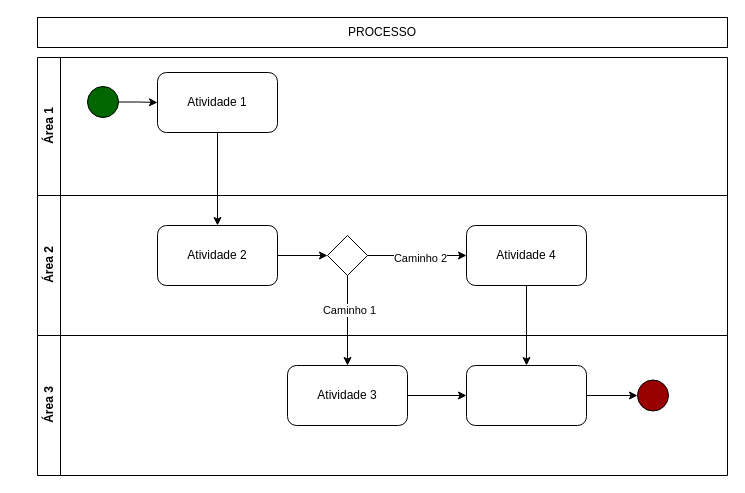
Karennc0/XMOBOTS keeps this draw.io diagram as template.drawio. Above is the earlier version. Source tidied: cells renumbered, new cells numbered last; positions are measured from the earlier drawing's top-left corner, leaving out a move shared by most shapes. Both pictures are drawn from the tidied source at 100%, with x=0, y=0 at pixel (37, 17). Pictures stored in the file or linked from it are replaced by grey dashed boxes.
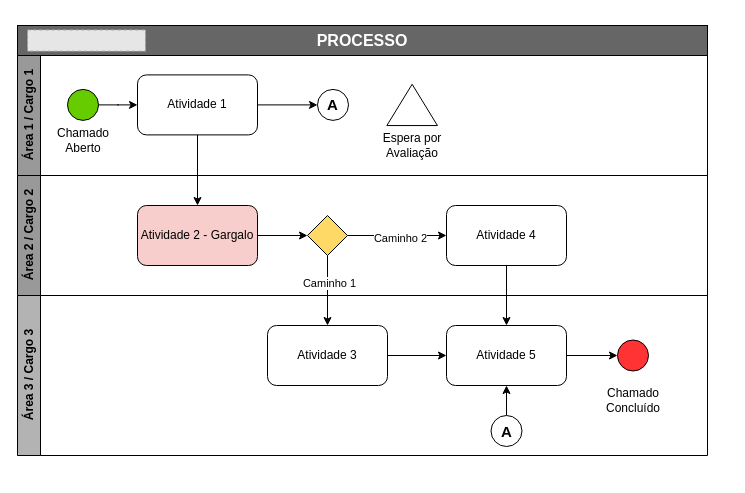
After the change.

Diff of the diagram source:
```diff
@@
+    <mxCell id="6" value="&lt;b style=&quot;font-size: 16px;&quot;&gt;PROCESSO&lt;/b&gt;" style="rounded=0;whiteSpace=wrap;html=1;fillColor=#666666;strokeColor=#000000;fontColor=#FFFFFF;fontSize=16;align=center;spacingLeft=0;verticalAlign=middle;" parent="1" vertex="1">
+      <mxGeometry x="-20" y="8" width="690" height="30" as="geometry" />
+    </mxCell>
-    <mxCell id="2" value="Área 1" style="swimlane;horizontal=0;whiteSpace=wrap;html=1;" parent="1" vertex="1">
-      <mxGeometry y="40" width="690" height="138" as="geometry" />
+    <mxCell id="2" value="Área 1 / Cargo 1" style="swimlane;horizontal=0;whiteSpace=wrap;html=1;strokeColor=#000000;startSize=23;fillColor=#999999;" parent="1" vertex="1">
+      <mxGeometry x="-20" y="38" width="690" height="120" as="geometry" />
     </mxCell>
@@
-    <mxCell id="4" style="ellipse;whiteSpace=wrap;html=1;fillColor=#006600;" parent="2" vertex="1">
-      <mxGeometry x="50" y="29" width="31" height="31" as="geometry" />
+    <mxCell id="4" style="ellipse;whiteSpace=wrap;html=1;fillColor=#66CC00;" parent="2" vertex="1">
+      <mxGeometry x="50" y="33.9" width="31" height="31" as="geometry" />
     </mxCell>
+    <mxCell id="24" value="A" style="ellipse;whiteSpace=wrap;html=1;fontStyle=1;fontSize=15;align=center;verticalAlign=middle;" parent="2" vertex="1">
+      <mxGeometry x="300" y="33.9" width="31" height="31" as="geometry" />
+    </mxCell>
+    <mxCell id="25" style="triangle;whiteSpace=wrap;html=1;rotation=-90;fillColor=#FFFFFF;" parent="2" vertex="1">
+      <mxGeometry x="374" y="24.1" width="41.3" height="50.6" as="geometry" />
+    </mxCell>
+    <mxCell id="26" value="Espera por Avaliação" style="text;html=1;strokeColor=none;fillColor=none;align=center;verticalAlign=middle;whiteSpace=wrap;rounded=0;" parent="2" vertex="1">
+      <mxGeometry x="353.6" y="74.7" width="82" height="30" as="geometry" />
+    </mxCell>
+    <mxCell id="27" value="Chamado Aberto" style="text;html=1;strokeColor=none;fillColor=none;align=center;verticalAlign=middle;whiteSpace=wrap;rounded=0;" parent="2" vertex="1">
+      <mxGeometry x="35.5" y="70" width="60" height="30" as="geometry" />
+    </mxCell>
+    <mxCell id="28" style="edgeStyle=orthogonalEdgeStyle;rounded=0;jettySize=auto;html=1;" parent="2" edge="1" source="5" target="24">
+      <mxGeometry relative="1" as="geometry" />
+    </mxCell>
-    <mxCell id="5" value="Atividade 1" style="rounded=1;whiteSpace=wrap;html=1;" parent="2" vertex="1">
-      <mxGeometry x="120" y="15" width="120" height="60" as="geometry" />
+    <mxCell id="5" value="Atividade 1" style="whiteSpace=wrap;html=1;rounded=1;fillColor=#FFFFFF;" parent="2" vertex="1">
+      <mxGeometry x="120" y="19.4" width="120" height="60" as="geometry" />
     </mxCell>
-    <mxCell id="6" value="PROCESSO" style="rounded=0;whiteSpace=wrap;html=1;" parent="1" vertex="1">
-      <mxGeometry width="690" height="30" as="geometry" />
-    </mxCell>
-    <mxCell id="7" value="Área 2" style="swimlane;horizontal=0;whiteSpace=wrap;html=1;" parent="1" vertex="1">
-      <mxGeometry y="178" width="690" height="140" as="geometry" />
+    <mxCell id="7" value="Área 2 / Cargo 2" style="swimlane;horizontal=0;whiteSpace=wrap;html=1;fillColor=#999999;" parent="1" vertex="1">
+      <mxGeometry x="-20" y="158" width="690" height="120" as="geometry" />
     </mxCell>
@@
-    <mxCell id="9" value="Atividade 2" style="whiteSpace=wrap;html=1;rounded=1;" parent="7" vertex="1">
+    <mxCell id="9" value="Atividade 2 - Gargalo" style="whiteSpace=wrap;html=1;rounded=1;fillColor=#F8CECC;" parent="7" vertex="1">
       <mxGeometry x="120" y="30" width="120" height="60" as="geometry" />
     </mxCell>
@@
-    <mxCell id="12" style="rhombus;whiteSpace=wrap;html=1;" parent="7" vertex="1">
+    <mxCell id="12" style="rhombus;whiteSpace=wrap;html=1;fillColor=#FFD966;" parent="7" vertex="1">
       <mxGeometry x="290" y="40" width="40" height="40" as="geometry" />
     </mxCell>
@@
-    <mxCell id="14" value="Área 3" style="swimlane;horizontal=0;whiteSpace=wrap;html=1;" parent="1" vertex="1">
-      <mxGeometry y="318" width="690" height="140" as="geometry" />
+    <mxCell id="14" value="Área 3 / Cargo 3" style="swimlane;horizontal=0;whiteSpace=wrap;html=1;fillColor=#B3B3B3;" parent="1" vertex="1">
+      <mxGeometry x="-20" y="278" width="690" height="160" as="geometry" />
     </mxCell>
@@
-    <mxCell id="18" style="whiteSpace=wrap;html=1;rounded=1;" parent="14" vertex="1">
+    <mxCell id="18" value="Atividade 5" style="whiteSpace=wrap;html=1;rounded=1;" parent="14" vertex="1">
       <mxGeometry x="429" y="30" width="120" height="60" as="geometry" />
     </mxCell>
-    <mxCell id="19" style="ellipse;whiteSpace=wrap;html=1;fillColor=#990000;" parent="14" vertex="1">
+    <mxCell id="19" style="ellipse;whiteSpace=wrap;html=1;fillColor=#FF3333;" parent="14" vertex="1">
       <mxGeometry x="600" y="44.5" width="31" height="31" as="geometry" />
     </mxCell>
-    <mxCell id="20" style="edgeStyle=orthogonalEdgeStyle;rounded=0;jettySize=auto;html=1;" parent="1" edge="1" source="5" target="9">
-      <mxGeometry relative="1" as="geometry" />
-    </mxCell>
+    <mxCell id="29" value="Chamado Concluído" style="text;html=1;strokeColor=none;fillColor=none;align=center;verticalAlign=middle;whiteSpace=wrap;rounded=0;" parent="14" vertex="1">
+      <mxGeometry x="585.5" y="90" width="60" height="30" as="geometry" />
+    </mxCell>
+    <mxCell id="30" style="edgeStyle=orthogonalEdgeStyle;rounded=0;jettySize=auto;html=1;" parent="14" edge="1" source="31" target="18">
+      <mxGeometry relative="1" as="geometry" />
+    </mxCell>
+    <mxCell id="31" value="A" style="ellipse;whiteSpace=wrap;html=1;fontStyle=1;fontSize=15;align=center;verticalAlign=middle;" parent="14" vertex="1">
+      <mxGeometry x="473.5" y="120" width="31" height="31" as="geometry" />
+    </mxCell>
@@
+    <mxCell id="32" style="fillColor=#E6E6E6;strokeColor=#999999;dashed=1;verticalLabelPosition=bottom;labelBackgroundColor=default;verticalAlign=top;" parent="1" vertex="1">
+      <mxGeometry x="-10" y="12.4" width="118" height="21.3" as="geometry" />
+    </mxCell>
+    <mxCell id="20" style="edgeStyle=orthogonalEdgeStyle;rounded=0;jettySize=auto;html=1;entryX=0.5;entryY=0;entryDx=0;entryDy=0;" parent="1" edge="1" source="5" target="9">
+      <mxGeometry relative="1" as="geometry" />
+    </mxCell>
```
